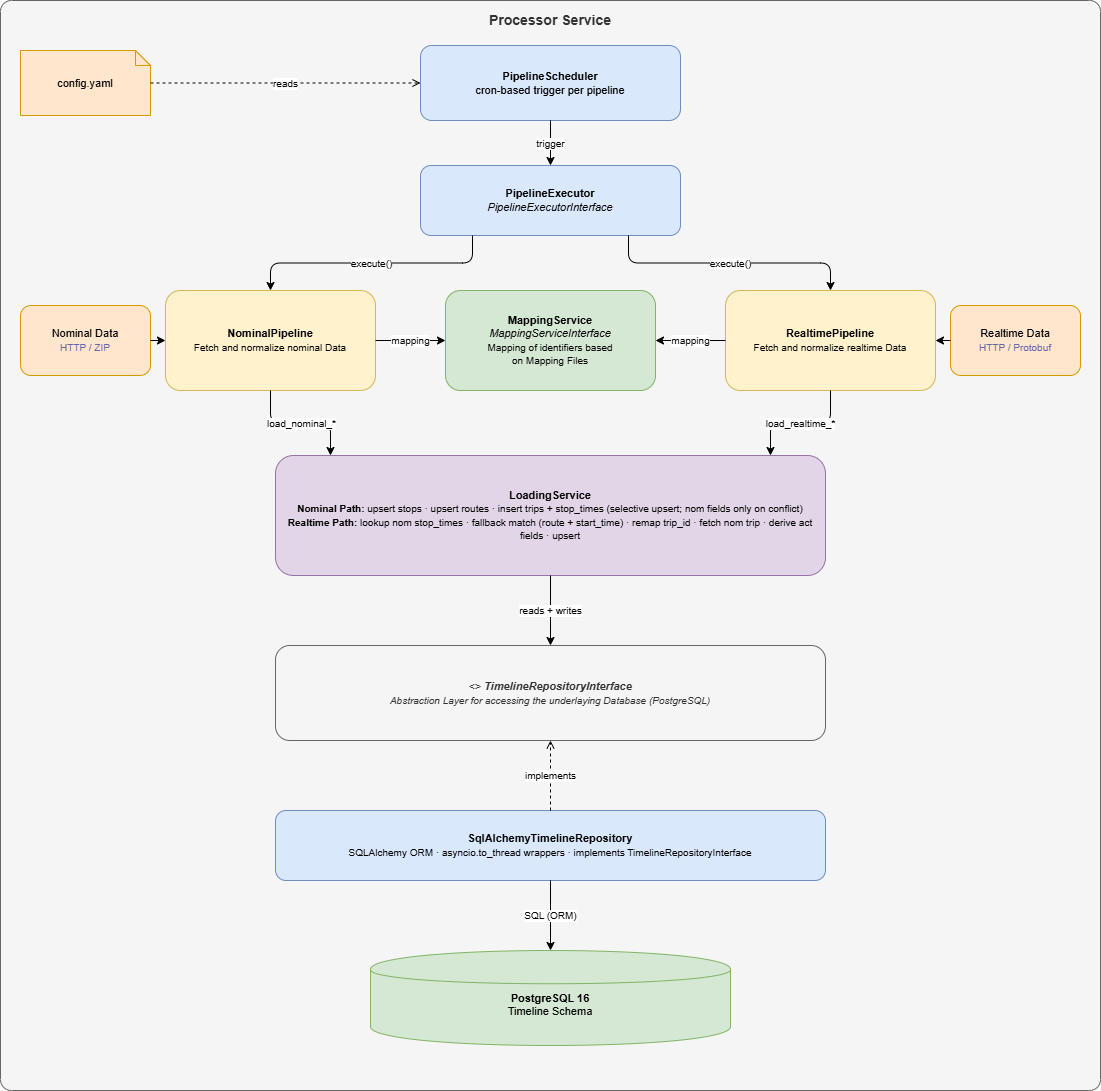
Before: docs/processor.png, a diagram exported from draw.io (sebastianknopf/timeline). Source tidied: cells renumbered, new cells last; positions are measured from the earlier drawing's top-left corner, leaving out a move shared by most shapes.
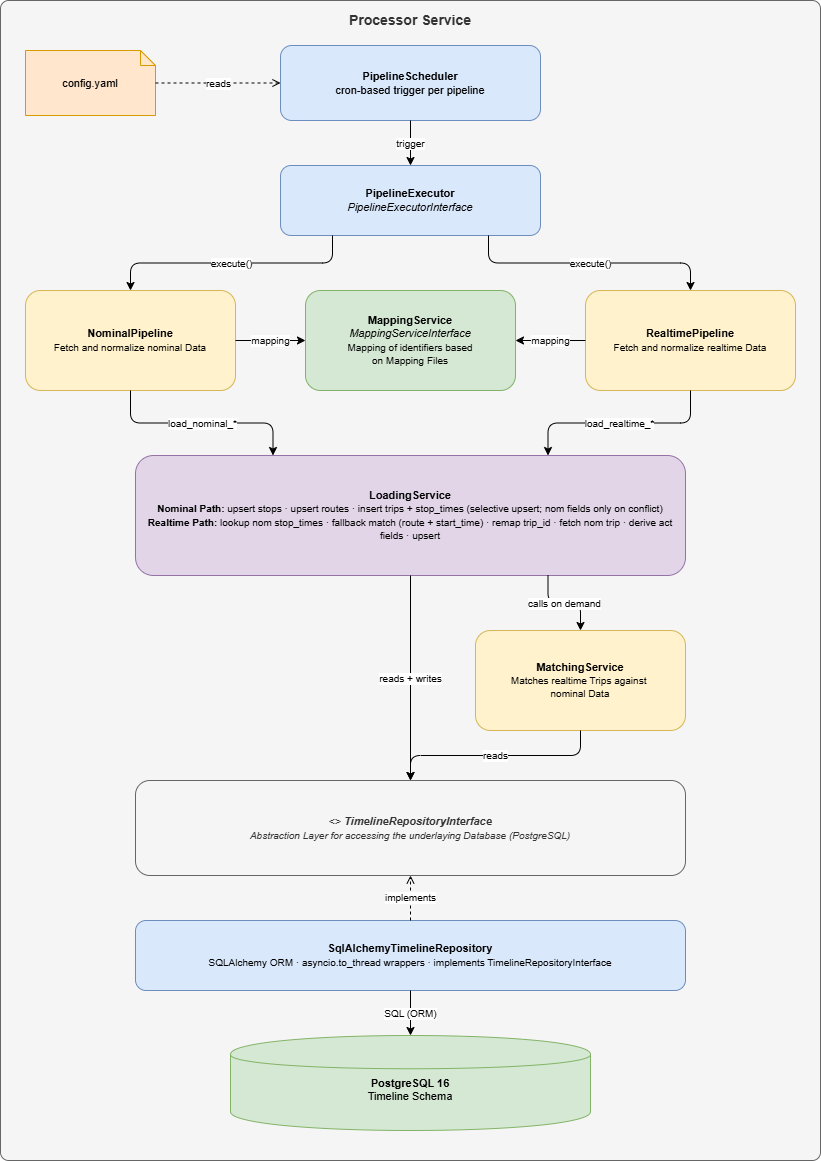
The same diagram one commit later.

Commit message:
excluded realtime trip matching into MatchingService

Diff of the diagram source:
```diff
@@ -3,10 +3,10 @@
     <mxCell id="0" />
     <mxCell id="1" parent="0" />
     <mxCell id="2" value="Processor Service" style="rounded=1;whiteSpace=wrap;html=1;arcSize=1;fillColor=#f5f5f5;strokeColor=#666666;fontColor=#333333;fontSize=14;fontStyle=1;verticalAlign=top;align=center;spacingTop=5;" parent="1" vertex="1">
-      <mxGeometry width="1100" height="1090" as="geometry" />
+      <mxGeometry x="140" width="820" height="1160" as="geometry" />
     </mxCell>
     <mxCell id="3" value="config.yaml" style="shape=note;whiteSpace=wrap;html=1;backgroundOutline=1;size=15;fillColor=#ffe6cc;strokeColor=#d79b00;fontSize=11;" parent="1" vertex="1">
-      <mxGeometry x="20" y="50" width="130" height="65" as="geometry" />
+      <mxGeometry x="165" y="50" width="130" height="65" as="geometry" />
     </mxCell>
     <mxCell id="4" value="&lt;b&gt;PipelineScheduler&lt;/b&gt;&lt;br/&gt;cron-based trigger per pipeline" style="rounded=1;whiteSpace=wrap;html=1;fillColor=#dae8fc;strokeColor=#6c8ebf;fontSize=11;" parent="1" vertex="1">
       <mxGeometry x="420" y="45" width="260" height="75" as="geometry" />
@@ -14,9 +14,6 @@
     <mxCell id="5" value="&lt;b&gt;PipelineExecutor&lt;/b&gt;&lt;br/&gt;&lt;i&gt;PipelineExecutorInterface&lt;/i&gt;" style="rounded=1;whiteSpace=wrap;html=1;fillColor=#dae8fc;strokeColor=#6c8ebf;fontSize=11;" parent="1" vertex="1">
       <mxGeometry x="420" y="165" width="260" height="70" as="geometry" />
     </mxCell>
-    <mxCell id="6" value="Nominal Data&lt;br&gt;&lt;font color=&quot;#6666aa&quot; style=&quot;font-size: 10px;&quot;&gt;HTTP / ZIP&lt;/font&gt;" style="rounded=1;whiteSpace=wrap;html=1;fillColor=#ffe6cc;strokeColor=#d79b00;fontSize=11;" parent="1" vertex="1">
-      <mxGeometry x="20" y="305" width="130" height="70" as="geometry" />
-    </mxCell>
     <mxCell id="7" value="&lt;b&gt;NominalPipeline&lt;/b&gt;&lt;br&gt;&lt;font style=&quot;font-size:10px&quot;&gt;Fetch and normalize nominal Data&lt;/font&gt;" style="rounded=1;whiteSpace=wrap;html=1;fillColor=#fff2cc;strokeColor=#d6b656;fontSize=11;" parent="1" vertex="1">
       <mxGeometry x="165" y="290" width="210" height="100" as="geometry" />
     </mxCell>
@@ -26,20 +23,17 @@
     <mxCell id="9" value="&lt;b&gt;RealtimePipeline&lt;/b&gt;&lt;br&gt;&lt;font style=&quot;font-size:10px&quot;&gt;Fetch and normalize realtime Data&lt;/font&gt;" style="rounded=1;whiteSpace=wrap;html=1;fillColor=#fff2cc;strokeColor=#d6b656;fontSize=11;" parent="1" vertex="1">
       <mxGeometry x="725" y="290" width="210" height="100" as="geometry" />
     </mxCell>
-    <mxCell id="10" value="Realtime Data&lt;br&gt;&lt;font color=&quot;#6666aa&quot; style=&quot;font-size: 10px;&quot;&gt;HTTP / Protobuf&lt;/font&gt;" style="rounded=1;whiteSpace=wrap;html=1;fillColor=#ffe6cc;strokeColor=#d79b00;fontSize=11;" parent="1" vertex="1">
-      <mxGeometry x="950" y="305" width="130" height="70" as="geometry" />
-    </mxCell>
     <mxCell id="11" value="&lt;b&gt;LoadingService&lt;/b&gt;&lt;br&gt;&lt;font style=&quot;font-size:10px&quot;&gt;&lt;b&gt;Nominal Path:&lt;/b&gt; upsert stops · upsert routes · insert trips + stop_times (selective upsert; nom fields only on conflict)&lt;/font&gt;&lt;br&gt;&lt;font style=&quot;font-size:10px&quot;&gt;&lt;b&gt;Realtime Path:&lt;/b&gt;&amp;nbsp;lookup nom stop_times · fallback match (route + start_time) · remap trip_id · fetch nom trip · derive act fields · upsert&lt;/font&gt;" style="rounded=1;whiteSpace=wrap;html=1;fillColor=#e1d5e7;strokeColor=#9673a6;fontSize=11;" parent="1" vertex="1">
       <mxGeometry x="275" y="455" width="550" height="120" as="geometry" />
     </mxCell>
     <mxCell id="12" value="&amp;lt;&amp;gt; &lt;b&gt;TimelineRepositoryInterface&lt;/b&gt;&lt;br&gt;&lt;span style=&quot;font-size: 10px;&quot;&gt;Abstraction Layer for accessing the underlaying Database (PostgreSQL)&lt;/span&gt;" style="rounded=1;whiteSpace=wrap;html=1;fillColor=#f5f5f5;strokeColor=#666666;fontColor=#333333;fontSize=11;fontStyle=2;" parent="1" vertex="1">
-      <mxGeometry x="275" y="645" width="550" height="95" as="geometry" />
+      <mxGeometry x="275" y="780" width="550" height="95" as="geometry" />
     </mxCell>
     <mxCell id="13" value="&lt;b&gt;SqlAlchemyTimelineRepository&lt;/b&gt;&lt;br/&gt;&lt;font style='font-size:10px'&gt;SQLAlchemy ORM · asyncio.to_thread wrappers · implements TimelineRepositoryInterface&lt;/font&gt;" style="rounded=1;whiteSpace=wrap;html=1;fillColor=#dae8fc;strokeColor=#6c8ebf;fontSize=11;" parent="1" vertex="1">
-      <mxGeometry x="275" y="810" width="550" height="70" as="geometry" />
+      <mxGeometry x="275" y="920" width="550" height="70" as="geometry" />
     </mxCell>
     <mxCell id="14" value="&lt;b&gt;&lt;br&gt;PostgreSQL 16&lt;/b&gt;&lt;br&gt;Timeline Schema" style="shape=cylinder;whiteSpace=wrap;html=1;fillColor=#d5e8d4;strokeColor=#82b366;fontSize=11;" parent="1" vertex="1">
-      <mxGeometry x="370" y="950" width="360" height="95" as="geometry" />
+      <mxGeometry x="370" y="1035" width="360" height="95" as="geometry" />
     </mxCell>
     <mxCell id="15" value="reads" style="edgeStyle=orthogonalEdgeStyle;html=1;fontSize=10;dashed=1;endArrow=open;endFill=0;exitX=1;exitY=0.5;exitDx=0;exitDy=0;entryX=0;entryY=0.5;entryDx=0;entryDy=0;" parent="1" edge="1" source="3" target="4">
       <mxGeometry relative="1" as="geometry" />
@@ -53,22 +47,16 @@
     <mxCell id="18" value="execute()" style="edgeStyle=orthogonalEdgeStyle;html=1;fontSize=10;exitX=0.8;exitY=1;exitDx=0;exitDy=0;entryX=0.5;entryY=0;entryDx=0;entryDy=0;" parent="1" edge="1" source="5" target="9">
       <mxGeometry relative="1" as="geometry" />
     </mxCell>
-    <mxCell id="19" style="edgeStyle=orthogonalEdgeStyle;html=1;fontSize=10;exitX=1;exitY=0.5;exitDx=0;exitDy=0;entryX=0;entryY=0.5;entryDx=0;entryDy=0;" parent="1" edge="1" source="6" target="7">
-      <mxGeometry relative="1" as="geometry" />
-    </mxCell>
-    <mxCell id="20" style="edgeStyle=orthogonalEdgeStyle;html=1;fontSize=10;exitX=0;exitY=0.5;exitDx=0;exitDy=0;entryX=1;entryY=0.5;entryDx=0;entryDy=0;" parent="1" edge="1" source="10" target="9">
-      <mxGeometry relative="1" as="geometry" />
-    </mxCell>
     <mxCell id="21" value="mapping" style="edgeStyle=orthogonalEdgeStyle;html=1;fontSize=10;exitX=1;exitY=0.5;exitDx=0;exitDy=0;entryX=0;entryY=0.5;entryDx=0;entryDy=0;" parent="1" edge="1" source="7" target="8">
       <mxGeometry relative="1" as="geometry" />
     </mxCell>
     <mxCell id="22" value="mapping" style="edgeStyle=orthogonalEdgeStyle;html=1;fontSize=10;exitX=0;exitY=0.5;exitDx=0;exitDy=0;entryX=1;entryY=0.5;entryDx=0;entryDy=0;" parent="1" edge="1" source="9" target="8">
       <mxGeometry relative="1" as="geometry" />
     </mxCell>
-    <mxCell id="23" value="load_nominal_*" style="edgeStyle=orthogonalEdgeStyle;html=1;fontSize=10;exitX=0.5;exitY=1;exitDx=0;exitDy=0;entryX=0.1;entryY=0;entryDx=0;entryDy=0;" parent="1" edge="1" source="7" target="11">
+    <mxCell id="23" value="load_nominal_*" style="edgeStyle=orthogonalEdgeStyle;html=1;fontSize=10;exitX=0.5;exitY=1;exitDx=0;exitDy=0;entryX=0.25;entryY=0;entryDx=0;entryDy=0;" parent="1" edge="1" source="7" target="11">
       <mxGeometry relative="1" as="geometry" />
     </mxCell>
-    <mxCell id="24" value="load_realtime_*" style="edgeStyle=orthogonalEdgeStyle;html=1;fontSize=10;exitX=0.5;exitY=1;exitDx=0;exitDy=0;entryX=0.9;entryY=0;entryDx=0;entryDy=0;" parent="1" edge="1" source="9" target="11">
+    <mxCell id="24" value="load_realtime_*" style="edgeStyle=orthogonalEdgeStyle;html=1;fontSize=10;exitX=0.5;exitY=1;exitDx=0;exitDy=0;entryX=0.75;entryY=0;entryDx=0;entryDy=0;" parent="1" edge="1" source="9" target="11">
       <mxGeometry relative="1" as="geometry" />
     </mxCell>
     <mxCell id="25" value="reads + writes" style="edgeStyle=orthogonalEdgeStyle;html=1;fontSize=10;exitX=0.5;exitY=1;exitDx=0;exitDy=0;entryX=0.5;entryY=0;entryDx=0;entryDy=0;" parent="1" edge="1" source="11" target="12">
@@ -80,5 +68,14 @@
     <mxCell id="27" value="SQL (ORM)" style="edgeStyle=orthogonalEdgeStyle;html=1;fontSize=10;exitX=0.5;exitY=1;exitDx=0;exitDy=0;entryX=0.5;entryY=0;entryDx=0;entryDy=0;" parent="1" edge="1" source="13" target="14">
       <mxGeometry relative="1" as="geometry" />
     </mxCell>
+    <mxCell id="28" value="&lt;b&gt;MatchingService&lt;/b&gt;&lt;br&gt;&lt;span style=&quot;font-size: 10px;&quot;&gt;Matches realtime Trips against&amp;nbsp;&lt;br&gt;nominal Data&lt;/span&gt;" style="rounded=1;whiteSpace=wrap;html=1;fillColor=#fff2cc;strokeColor=#d6b656;fontSize=11;" parent="1" vertex="1">
+      <mxGeometry x="615" y="630" width="210" height="100" as="geometry" />
+    </mxCell>
+    <mxCell id="29" value="reads" style="edgeStyle=orthogonalEdgeStyle;html=1;fontSize=10;exitX=0.5;exitY=1;exitDx=0;exitDy=0;entryX=0.5;entryY=0;entryDx=0;entryDy=0;" parent="1" edge="1" source="28" target="12">
+      <mxGeometry relative="1" as="geometry" />
+    </mxCell>
+    <mxCell id="30" value="calls on demand" style="edgeStyle=orthogonalEdgeStyle;html=1;fontSize=10;exitX=0.75;exitY=1;exitDx=0;exitDy=0;entryX=0.5;entryY=0;entryDx=0;entryDy=0;" parent="1" edge="1" source="11" target="28">
+      <mxGeometry relative="1" as="geometry" />
+    </mxCell>
   </root>
 </mxGraphModel>
```
